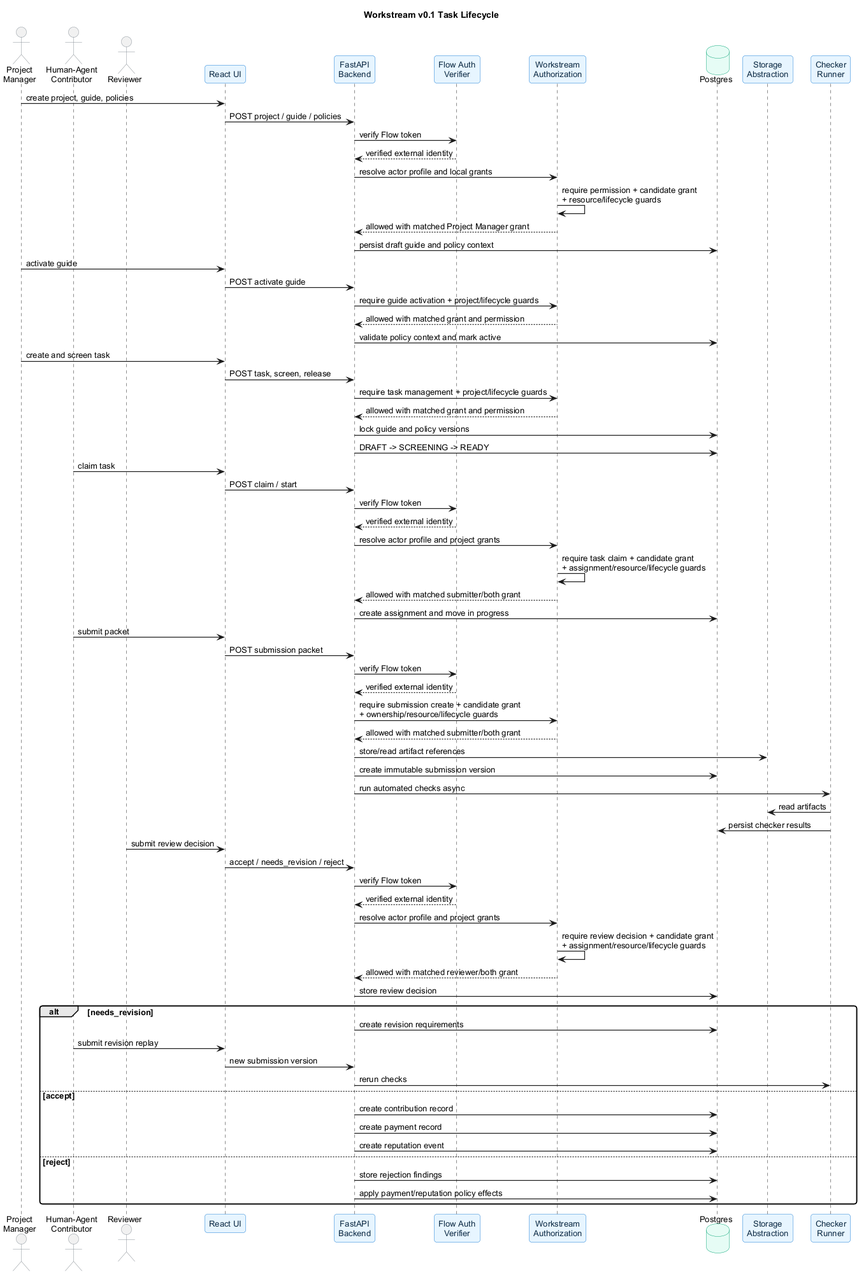
Earlier version of the PlantUML export docs/architecture_brief/images/task_lifecycle_sequence.png (jorshimayor/workstream). Its source is kept beside it as docs/architecture_brief/task_lifecycle_sequence.puml.
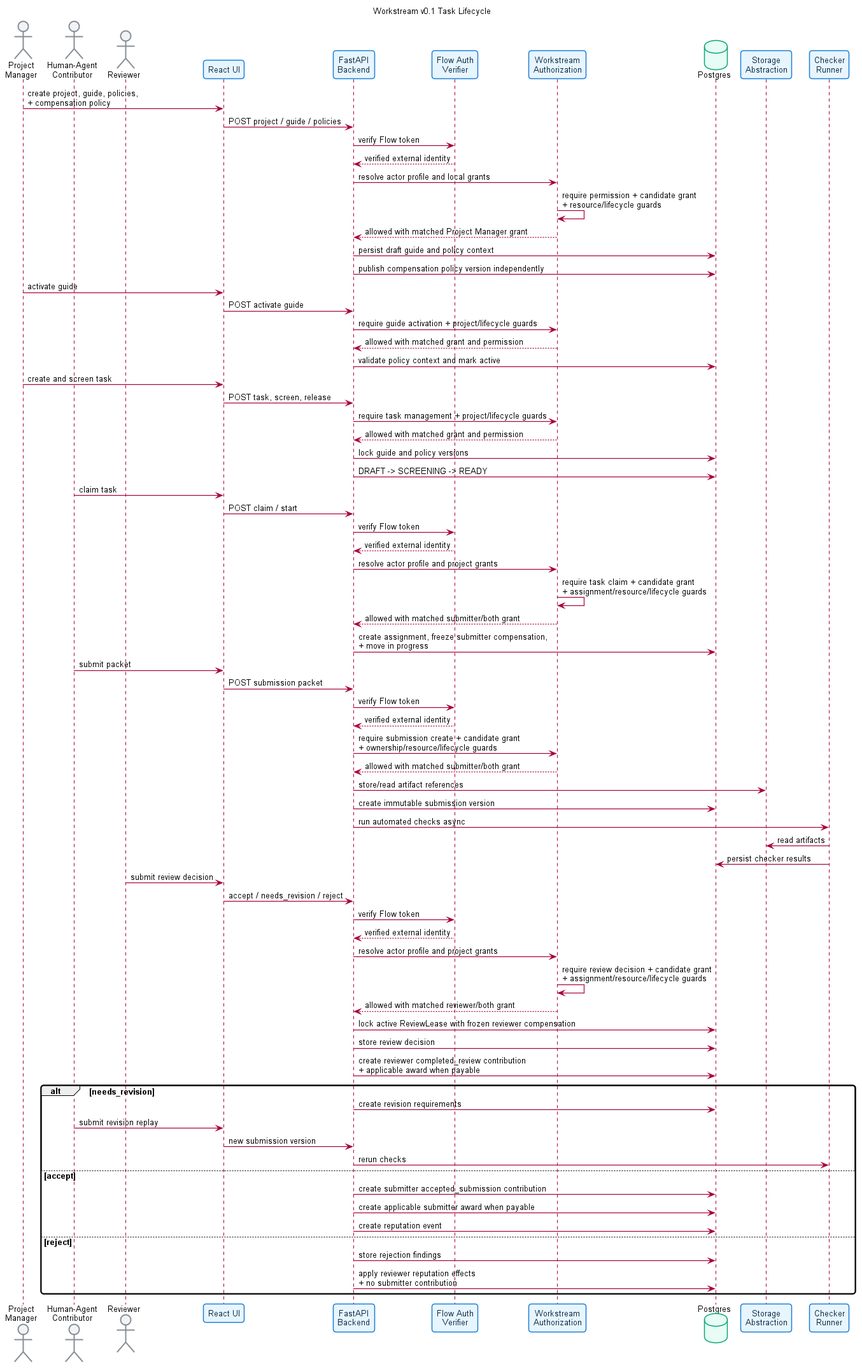
Later version of the same file.

Diff of the diagram source:
```diff
@@ -26,7 +26,7 @@
 participant "Storage\nAbstraction" as Storage
 participant "Checker\nRunner" as Checks
 
-PM -> UI : create project, guide, policies
+PM -> UI : create project, guide, policies,\n+ compensation policy
 UI -> API : POST project / guide / policies
 API -> Auth : verify Flow token
 Auth --> API : verified external identity
@@ -34,6 +34,7 @@
 Authorization -> Authorization : require permission + candidate grant\n+ resource/lifecycle guards
 Authorization --> API : allowed with matched Project Manager grant
 API -> DB : persist draft guide and policy context
+API -> DB : publish compensation policy version independently
 
 PM -> UI : activate guide
 UI -> API : POST activate guide
@@ -55,7 +56,7 @@
 API -> Authorization : resolve actor profile and project grants
 Authorization -> Authorization : require task claim + candidate grant\n+ assignment/resource/lifecycle guards
 Authorization --> API : allowed with matched submitter/both grant
-API -> DB : create assignment and move in progress
+API -> DB : create assignment, freeze submitter compensation,\n+ move in progress
 
 Contributor -> UI : submit packet
 UI -> API : POST submission packet
@@ -77,7 +78,9 @@
 API -> Authorization : resolve actor profile and project grants
 Authorization -> Authorization : require review decision + candidate grant\n+ assignment/resource/lifecycle guards
 Authorization --> API : allowed with matched reviewer/both grant
+API -> DB : lock active ReviewLease with frozen reviewer compensation
 API -> DB : store review decision
+API -> DB : create reviewer completed_review contribution\n+ applicable award when payable
 
 alt needs_revision
   API -> DB : create revision requirements
@@ -85,11 +88,11 @@
   UI -> API : new submission version
   API -> Checks : rerun checks
 else accept
-  API -> DB : create contribution record
-  API -> DB : create payment record
+  API -> DB : create submitter accepted_submission contribution
+  API -> DB : create applicable submitter award when payable
   API -> DB : create reputation event
 else reject
   API -> DB : store rejection findings
-  API -> DB : apply payment/reputation policy effects
+  API -> DB : apply reviewer reputation effects\n+ no submitter contribution
 end
 @enduml
```
